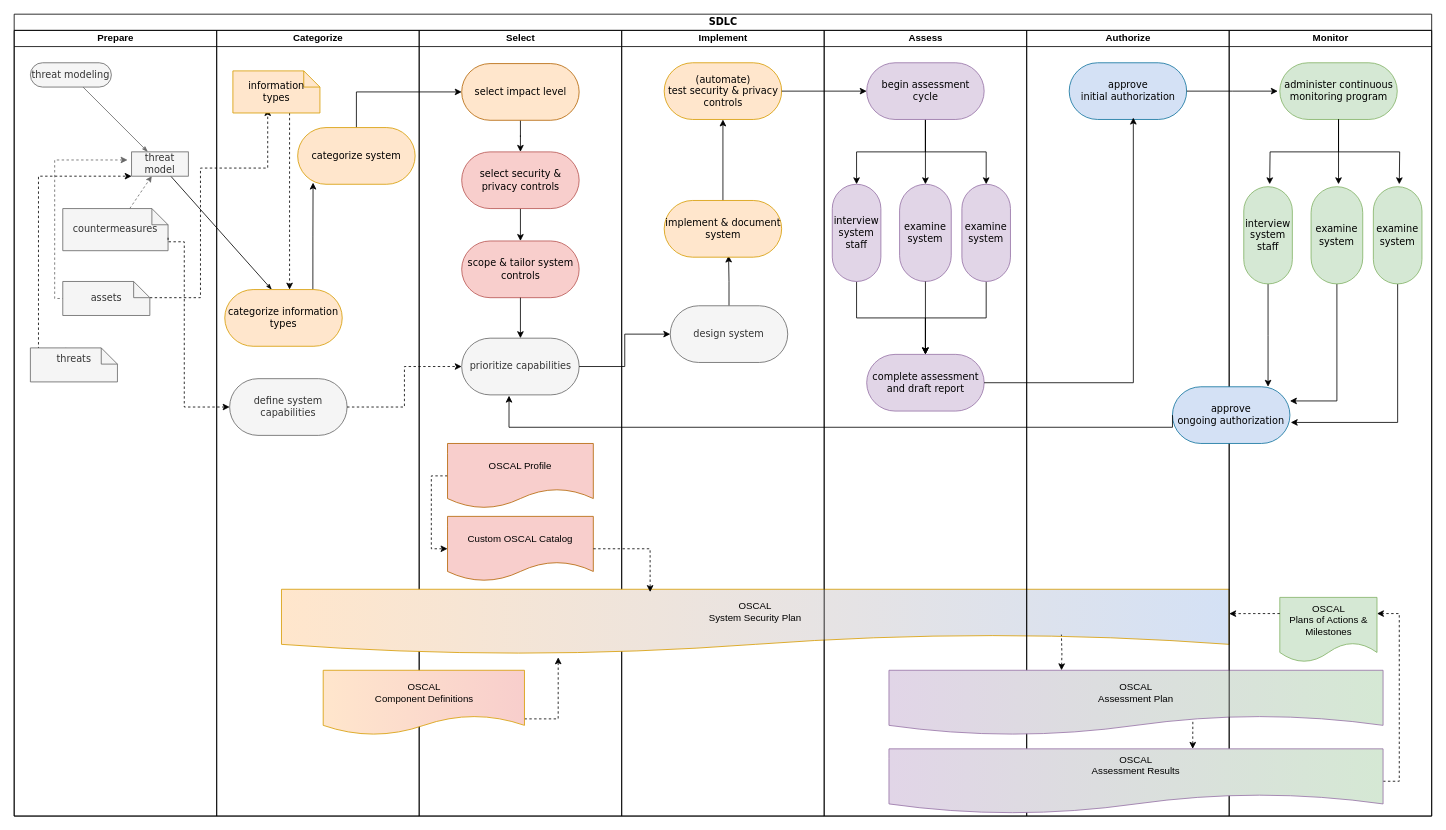
This is diagramming/OSCAL_DevSecOps.drawio from aj-stein/notebook, a draw.io file, before an edit. Source tidied: cells renumbered, new cells numbered last; positions are measured from the earlier drawing's top-left corner, leaving out a move shared by most shapes. Both pictures are drawn from the tidied source at 81%, with x=0, y=0 at pixel (14, 14).
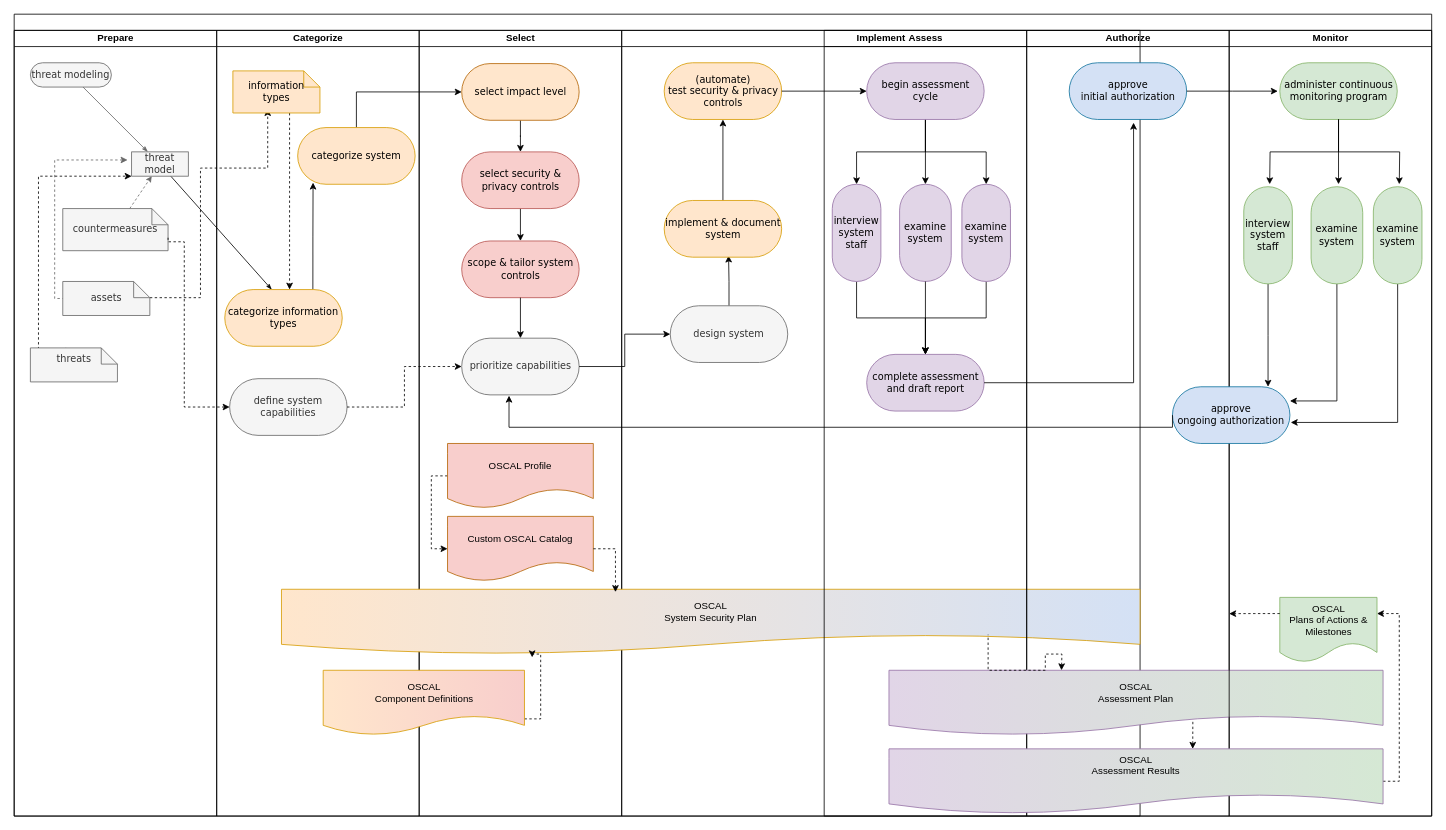
Above is the later version.

Commit message:
Do not stretch OSCAL SSP so far.

Unchanged cells that the change refers to:
```xml
<mxCell id="54" value="complete assessment and draft report" style="rounded=1;whiteSpace=wrap;html=1;shadow=0;comic=0;labelBackgroundColor=none;strokeWidth=1;fontFamily=Verdana;fontSize=12;align=center;arcSize=50;fillColor=#e1d5e7;strokeColor=#9673a6;" parent="43" vertex="1">
  <mxGeometry x="52.5" y="400" width="145" height="70" as="geometry" />
</mxCell>
<mxCell id="57" value="&lt;div&gt;approve&lt;/div&gt;&lt;div&gt;initial authorization&lt;/div&gt;" style="rounded=1;whiteSpace=wrap;html=1;shadow=0;comic=0;labelBackgroundColor=none;strokeWidth=1;fontFamily=Verdana;fontSize=12;align=center;arcSize=50;fillColor=#D4E1F5;strokeColor=#10739e;" parent="56" vertex="1">
  <mxGeometry x="52.5" y="40" width="145" height="70" as="geometry" />
</mxCell>
```

The edit, as a diff of the source:
```diff
@@
-    <mxCell id="2" value="SDLC" style="swimlane;html=1;startSize=20;rounded=0;shadow=0;comic=0;labelBackgroundColor=none;strokeWidth=1;fontFamily=Verdana;fontSize=12;align=center;fillColor=none;direction=east;" parent="1" vertex="1">
+    <mxCell id="2" style="swimlane;html=1;startSize=20;rounded=0;shadow=0;comic=0;labelBackgroundColor=none;strokeWidth=1;fontFamily=Verdana;fontSize=12;align=center;fillColor=none;direction=east;" parent="1" vertex="1">
       <mxGeometry width="1750" height="990" as="geometry" />
     </mxCell>
@@
     <mxCell id="36" value="Implement" style="swimlane;html=1;startSize=20;fillColor=none;" parent="1" vertex="1">
-      <mxGeometry x="750" y="20" width="250" height="970" as="geometry" />
+      <mxGeometry x="750" y="20" width="640" height="970" as="geometry" />
     </mxCell>
@@
     <mxCell id="42" value="&lt;div&gt;OSCAL&lt;br&gt;&lt;/div&gt;&lt;div&gt;System Security Plan&lt;/div&gt;" style="shape=document;whiteSpace=wrap;html=1;boundedLbl=1;fillColor=#FFE6CC;strokeColor=#d79b00;gradientColor=#D4E1F5;gradientDirection=east;" parent="36" vertex="1">
-      <mxGeometry x="-420" y="690" width="1170" height="80" as="geometry" />
+      <mxGeometry x="-420" y="690" width="1060" height="80" as="geometry" />
     </mxCell>
@@
-    <mxCell id="64" style="edgeStyle=orthogonalEdgeStyle;rounded=0;jettySize=auto;html=1;exitX=1;exitY=0.5;exitDx=0;exitDy=0;entryX=0.546;entryY=0.967;entryDx=0;entryDy=0;entryPerimeter=0;startArrow=none;startFill=0;endArrow=classic;endFill=1;" parent="1" edge="1" source="54" target="57">
+    <mxCell id="64" style="edgeStyle=orthogonalEdgeStyle;rounded=0;jettySize=auto;html=1;exitX=1;exitY=0.5;exitDx=0;exitDy=0;entryX=0.548;entryY=1.057;entryDx=0;entryDy=0;entryPerimeter=0;startArrow=none;startFill=0;endArrow=classic;endFill=1;" parent="1" edge="1" source="54" target="57">
       <mxGeometry relative="1" as="geometry" />
     </mxCell>
```
